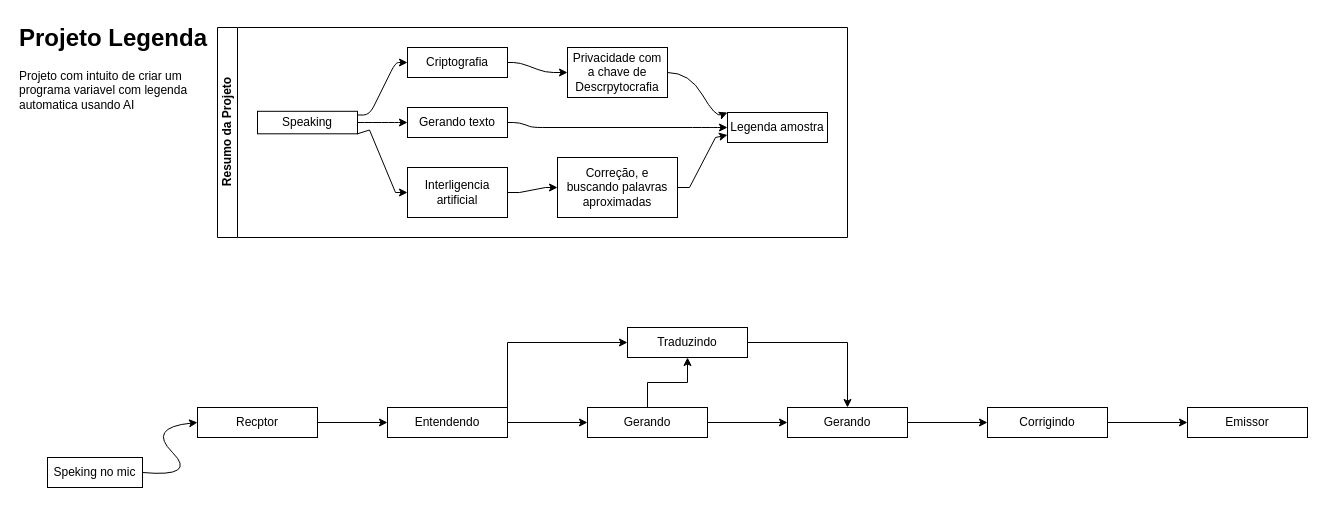
This is Cópia do Diagrama sem nome.drawio from JJMAGame/Bot-inclusivo, a draw.io file, before an edit. Source tidied: cells renumbered, new cells numbered last; positions are measured from the earlier drawing's top-left corner, leaving out a move shared by most shapes. Both pictures are drawn from the tidied source at 100%, with x=0, y=0 at pixel (17, 17).
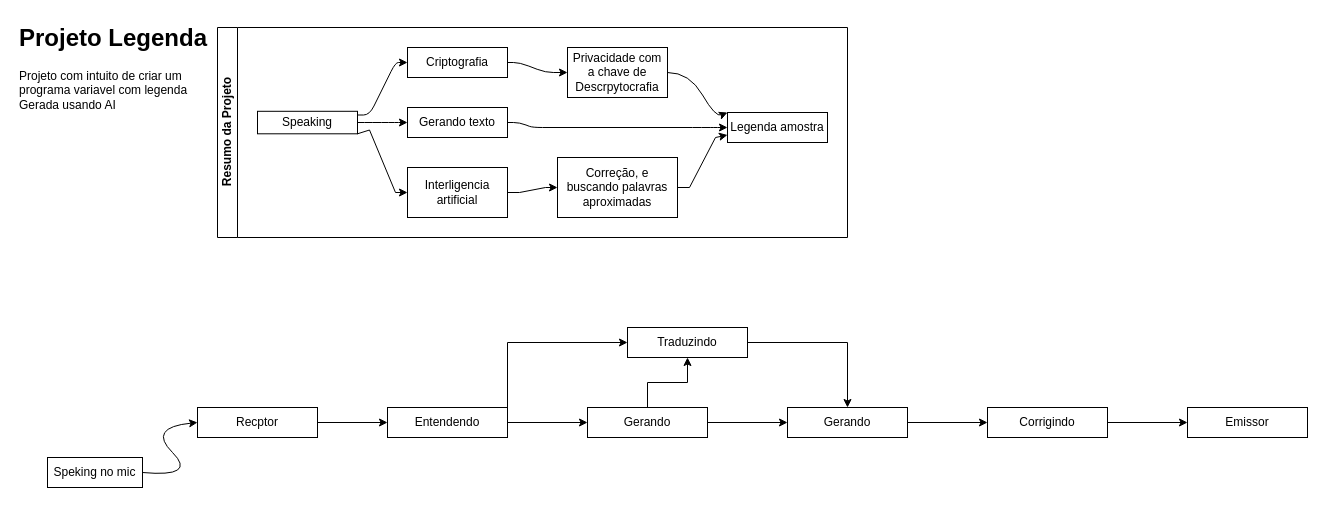
The same page after the edit.

Change to the diagram source:
```diff
@@
-    <mxCell id="2" value="&lt;h1 style=&quot;margin-top: 0px;&quot;&gt;Projeto Legenda&lt;/h1&gt;&lt;p&gt;Projeto com intuito de criar um programa variavel com legenda automatica usando AI&lt;/p&gt;" style="text;html=1;whiteSpace=wrap;overflow=hidden;rounded=0;" parent="1" vertex="1">
+    <mxCell id="2" value="&lt;h1 style=&quot;margin-top: 0px;&quot;&gt;Projeto Legenda&lt;/h1&gt;&lt;p&gt;Projeto com intuito de criar um programa variavel com legenda Gerada usando AI&lt;/p&gt;" style="text;html=1;whiteSpace=wrap;overflow=hidden;rounded=0;" parent="1" vertex="1">
       <mxGeometry width="210" height="120" as="geometry" />
     </mxCell>
```
